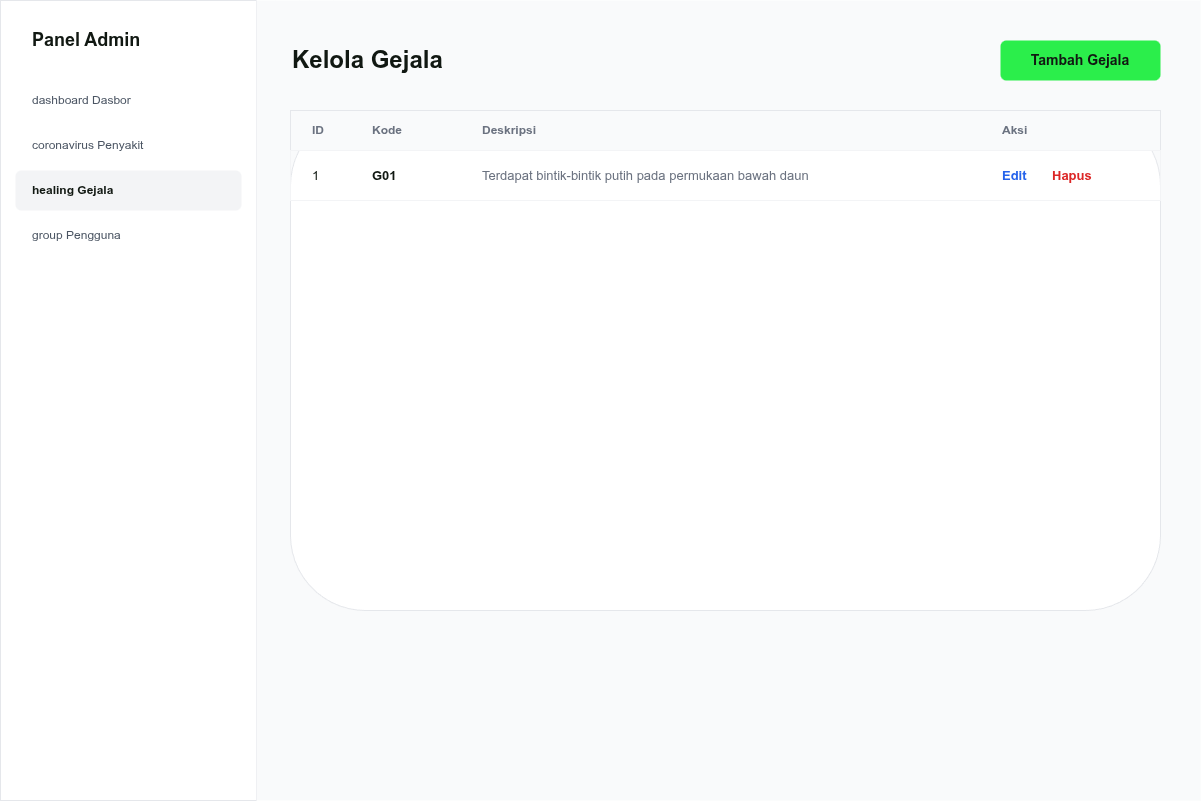
This is diagram/desain/admin-lihat-gejala.png from RajaSunrise/kangkungku, a draw.io export, as it was before one commit. Source tidied: cells renumbered, new cells last; positions are measured from the earlier drawing's top-left corner, leaving out a move shared by most shapes. Its diagram source:
```xml
<mxGraphModel>
  <root>
    <mxCell id="0" />
    <mxCell id="1" parent="0" />
    <mxCell id="2" style="rounded=0;whiteSpace=wrap;html=1;fillColor=#FFFFFF;strokeColor=#E5E7EB;" parent="1" vertex="1">
      <mxGeometry width="256" height="800" as="geometry" />
    </mxCell>
    <mxCell id="3" value="Panel Admin" style="text;html=1;strokeColor=none;fillColor=none;align=left;verticalAlign=middle;whiteSpace=wrap;rounded=0;fontColor=#111812;fontSize=18;fontStyle=1;" parent="1" vertex="1">
      <mxGeometry x="30" y="20" width="200" height="40" as="geometry" />
    </mxCell>
    <mxCell id="4" value="dashboard  Dasbor" style="rounded=1;whiteSpace=wrap;html=1;fillColor=none;strokeColor=none;fontColor=#4B5563;align=left;spacingLeft=15;" parent="1" vertex="1">
      <mxGeometry x="15" y="80" width="226" height="40" as="geometry" />
    </mxCell>
    <mxCell id="5" value="coronavirus  Penyakit" style="rounded=1;whiteSpace=wrap;html=1;fillColor=none;strokeColor=none;fontColor=#4B5563;align=left;spacingLeft=15;" parent="1" vertex="1">
      <mxGeometry x="15" y="125" width="226" height="40" as="geometry" />
    </mxCell>
    <mxCell id="6" value="healing  Gejala" style="rounded=1;whiteSpace=wrap;html=1;fillColor=#F3F4F6;strokeColor=none;fontColor=#111812;align=left;spacingLeft=15;fontStyle=1;" parent="1" vertex="1">
      <mxGeometry x="15" y="170" width="226" height="40" as="geometry" />
    </mxCell>
    <mxCell id="7" value="group  Pengguna" style="rounded=1;whiteSpace=wrap;html=1;fillColor=none;strokeColor=none;fontColor=#4B5563;align=left;spacingLeft=15;" parent="1" vertex="1">
      <mxGeometry x="15" y="215" width="226" height="40" as="geometry" />
    </mxCell>
    <mxCell id="8" style="rounded=0;whiteSpace=wrap;html=1;fillColor=#F9FAFB;strokeColor=none;" parent="1" vertex="1">
      <mxGeometry x="256" width="944" height="800" as="geometry" />
    </mxCell>
    <mxCell id="9" value="Kelola Gejala" style="text;html=1;strokeColor=none;fillColor=none;align=left;verticalAlign=middle;whiteSpace=wrap;rounded=0;fontColor=#111812;fontSize=24;fontStyle=1;" parent="1" vertex="1">
      <mxGeometry x="290" y="40" width="300" height="40" as="geometry" />
    </mxCell>
    <mxCell id="10" value="Tambah Gejala" style="rounded=1;whiteSpace=wrap;html=1;fillColor=#2BEE4B;strokeColor=none;fontColor=#111812;fontStyle=1;fontSize=14;" parent="1" vertex="1">
      <mxGeometry x="1000" y="40" width="160" height="40" as="geometry" />
    </mxCell>
    <mxCell id="11" style="rounded=1;whiteSpace=wrap;html=1;fillColor=#FFFFFF;strokeColor=#E5E7EB;shadow=0;" parent="1" vertex="1">
      <mxGeometry x="290" y="110" width="870" height="500" as="geometry" />
    </mxCell>
    <mxCell id="12" style="rounded=0;whiteSpace=wrap;html=1;fillColor=#F9FAFB;strokeColor=#E5E7EB;" parent="1" vertex="1">
      <mxGeometry x="290" y="110" width="870" height="40" as="geometry" />
    </mxCell>
    <mxCell id="13" value="ID" style="text;html=1;strokeColor=none;fillColor=none;align=left;verticalAlign=middle;whiteSpace=wrap;rounded=0;fontColor=#6B7280;fontSize=12;fontStyle=1;" parent="1" vertex="1">
      <mxGeometry x="310" y="115" width="50" height="30" as="geometry" />
    </mxCell>
    <mxCell id="14" value="Kode" style="text;html=1;strokeColor=none;fillColor=none;align=left;verticalAlign=middle;whiteSpace=wrap;rounded=0;fontColor=#6B7280;fontSize=12;fontStyle=1;" parent="1" vertex="1">
      <mxGeometry x="370" y="115" width="100" height="30" as="geometry" />
    </mxCell>
    <mxCell id="15" value="Deskripsi" style="text;html=1;strokeColor=none;fillColor=none;align=left;verticalAlign=middle;whiteSpace=wrap;rounded=0;fontColor=#6B7280;fontSize=12;fontStyle=1;" parent="1" vertex="1">
      <mxGeometry x="480" y="115" width="500" height="30" as="geometry" />
    </mxCell>
    <mxCell id="16" value="Aksi" style="text;html=1;strokeColor=none;fillColor=none;align=left;verticalAlign=middle;whiteSpace=wrap;rounded=0;fontColor=#6B7280;fontSize=12;fontStyle=1;" parent="1" vertex="1">
      <mxGeometry x="1000" y="115" width="100" height="30" as="geometry" />
    </mxCell>
    <mxCell id="17" style="rounded=0;whiteSpace=wrap;html=1;fillColor=none;strokeColor=#F3F4F6;" parent="1" vertex="1">
      <mxGeometry x="290" y="150" width="870" height="50" as="geometry" />
    </mxCell>
    <mxCell id="18" value="1" style="text;html=1;strokeColor=none;fillColor=none;align=left;verticalAlign=middle;whiteSpace=wrap;rounded=0;fontColor=#111812;fontSize=13;" parent="1" vertex="1">
      <mxGeometry x="310" y="160" width="50" height="30" as="geometry" />
    </mxCell>
    <mxCell id="19" value="G01" style="text;html=1;strokeColor=none;fillColor=none;align=left;verticalAlign=middle;whiteSpace=wrap;rounded=0;fontColor=#111812;fontSize=13;fontStyle=1;" parent="1" vertex="1">
      <mxGeometry x="370" y="160" width="100" height="30" as="geometry" />
    </mxCell>
    <mxCell id="20" value="Terdapat bintik-bintik putih pada permukaan bawah daun" style="text;html=1;strokeColor=none;fillColor=none;align=left;verticalAlign=middle;whiteSpace=wrap;rounded=0;fontColor=#6B7280;fontSize=13;" parent="1" vertex="1">
      <mxGeometry x="480" y="160" width="500" height="30" as="geometry" />
    </mxCell>
    <mxCell id="21" value="Edit" style="text;html=1;strokeColor=none;fillColor=none;align=left;verticalAlign=middle;whiteSpace=wrap;rounded=0;fontColor=#2563EB;fontSize=13;fontStyle=1;" parent="1" vertex="1">
      <mxGeometry x="1000" y="160" width="40" height="30" as="geometry" />
    </mxCell>
    <mxCell id="22" value="Hapus" style="text;html=1;strokeColor=none;fillColor=none;align=left;verticalAlign=middle;whiteSpace=wrap;rounded=0;fontColor=#DC2626;fontSize=13;fontStyle=1;" parent="1" vertex="1">
      <mxGeometry x="1050" y="160" width="50" height="30" as="geometry" />
    </mxCell>
  </root>
</mxGraphModel>
```
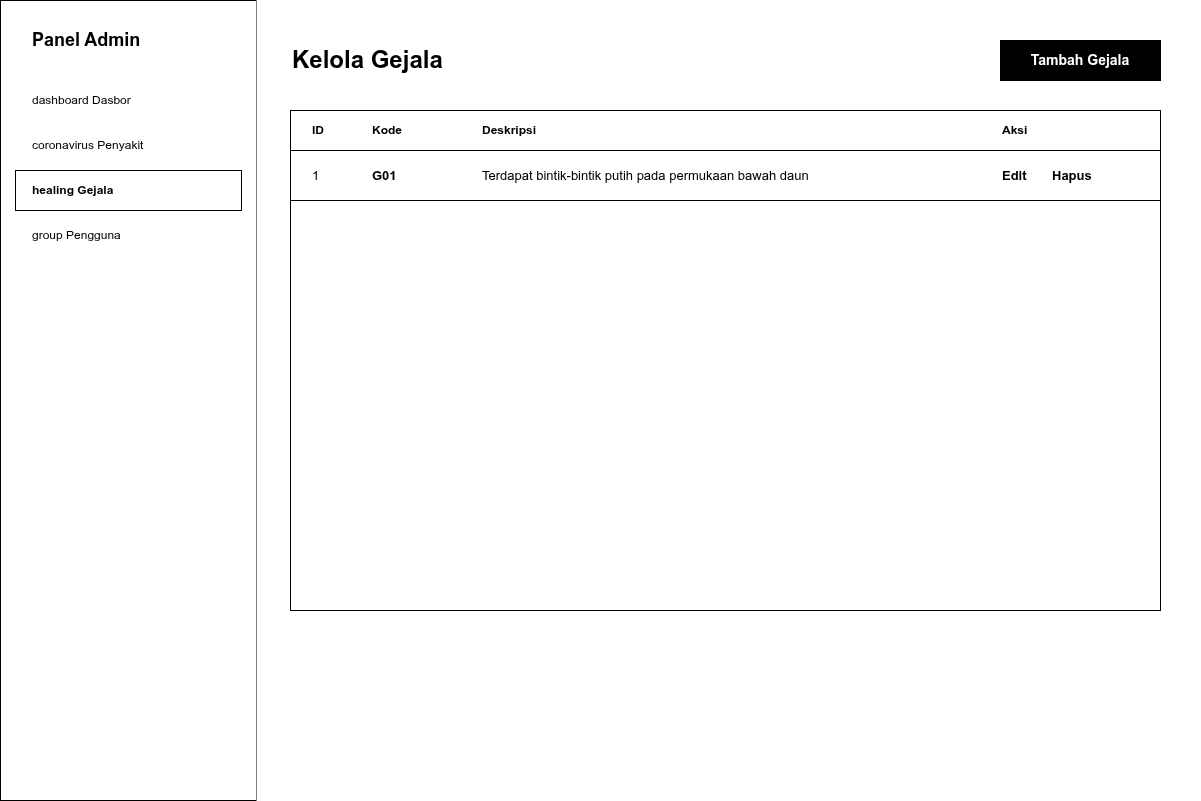
The same diagram one commit later.

Change to the diagram source:
```diff
@@ -2,67 +2,67 @@
   <root>
     <mxCell id="0" />
     <mxCell id="1" parent="0" />
-    <mxCell id="2" style="rounded=0;whiteSpace=wrap;html=1;fillColor=#FFFFFF;strokeColor=#E5E7EB;" parent="1" vertex="1">
+    <mxCell id="2" style="rounded=0;whiteSpace=wrap;html=1;fillColor=#FFFFFF;strokeColor=#000000;" parent="1" vertex="1">
       <mxGeometry width="256" height="800" as="geometry" />
     </mxCell>
-    <mxCell id="3" value="Panel Admin" style="text;html=1;strokeColor=none;fillColor=none;align=left;verticalAlign=middle;whiteSpace=wrap;rounded=0;fontColor=#111812;fontSize=18;fontStyle=1;" parent="1" vertex="1">
+    <mxCell id="3" value="Panel Admin" style="text;html=1;strokeColor=none;fillColor=none;align=left;verticalAlign=middle;whiteSpace=wrap;rounded=0;fontColor=#000000;fontSize=18;fontStyle=1;" parent="1" vertex="1">
       <mxGeometry x="30" y="20" width="200" height="40" as="geometry" />
     </mxCell>
-    <mxCell id="4" value="dashboard  Dasbor" style="rounded=1;whiteSpace=wrap;html=1;fillColor=none;strokeColor=none;fontColor=#4B5563;align=left;spacingLeft=15;" parent="1" vertex="1">
+    <mxCell id="4" value="dashboard  Dasbor" style="rounded=0;whiteSpace=wrap;html=1;fillColor=none;strokeColor=none;fontColor=#000000;align=left;spacingLeft=15;" parent="1" vertex="1">
       <mxGeometry x="15" y="80" width="226" height="40" as="geometry" />
     </mxCell>
-    <mxCell id="5" value="coronavirus  Penyakit" style="rounded=1;whiteSpace=wrap;html=1;fillColor=none;strokeColor=none;fontColor=#4B5563;align=left;spacingLeft=15;" parent="1" vertex="1">
+    <mxCell id="5" value="coronavirus  Penyakit" style="rounded=0;whiteSpace=wrap;html=1;fillColor=none;strokeColor=none;fontColor=#000000;align=left;spacingLeft=15;" parent="1" vertex="1">
       <mxGeometry x="15" y="125" width="226" height="40" as="geometry" />
     </mxCell>
-    <mxCell id="6" value="healing  Gejala" style="rounded=1;whiteSpace=wrap;html=1;fillColor=#F3F4F6;strokeColor=none;fontColor=#111812;align=left;spacingLeft=15;fontStyle=1;" parent="1" vertex="1">
+    <mxCell id="6" value="healing  Gejala" style="rounded=0;whiteSpace=wrap;html=1;fillColor=#FFFFFF;strokeColor=#000000;fontColor=#000000;align=left;spacingLeft=15;fontStyle=1;" parent="1" vertex="1">
       <mxGeometry x="15" y="170" width="226" height="40" as="geometry" />
     </mxCell>
-    <mxCell id="7" value="group  Pengguna" style="rounded=1;whiteSpace=wrap;html=1;fillColor=none;strokeColor=none;fontColor=#4B5563;align=left;spacingLeft=15;" parent="1" vertex="1">
+    <mxCell id="7" value="group  Pengguna" style="rounded=0;whiteSpace=wrap;html=1;fillColor=none;strokeColor=none;fontColor=#000000;align=left;spacingLeft=15;" parent="1" vertex="1">
       <mxGeometry x="15" y="215" width="226" height="40" as="geometry" />
     </mxCell>
-    <mxCell id="8" style="rounded=0;whiteSpace=wrap;html=1;fillColor=#F9FAFB;strokeColor=none;" parent="1" vertex="1">
+    <mxCell id="8" style="rounded=0;whiteSpace=wrap;html=1;fillColor=#FFFFFF;strokeColor=none;" parent="1" vertex="1">
       <mxGeometry x="256" width="944" height="800" as="geometry" />
     </mxCell>
-    <mxCell id="9" value="Kelola Gejala" style="text;html=1;strokeColor=none;fillColor=none;align=left;verticalAlign=middle;whiteSpace=wrap;rounded=0;fontColor=#111812;fontSize=24;fontStyle=1;" parent="1" vertex="1">
+    <mxCell id="9" value="Kelola Gejala" style="text;html=1;strokeColor=none;fillColor=none;align=left;verticalAlign=middle;whiteSpace=wrap;rounded=0;fontColor=#000000;fontSize=24;fontStyle=1;" parent="1" vertex="1">
       <mxGeometry x="290" y="40" width="300" height="40" as="geometry" />
     </mxCell>
-    <mxCell id="10" value="Tambah Gejala" style="rounded=1;whiteSpace=wrap;html=1;fillColor=#2BEE4B;strokeColor=none;fontColor=#111812;fontStyle=1;fontSize=14;" parent="1" vertex="1">
+    <mxCell id="10" value="Tambah Gejala" style="rounded=0;whiteSpace=wrap;html=1;fillColor=#000000;strokeColor=#000000;fontColor=#FFFFFF;fontStyle=1;fontSize=14;" parent="1" vertex="1">
       <mxGeometry x="1000" y="40" width="160" height="40" as="geometry" />
     </mxCell>
-    <mxCell id="11" style="rounded=1;whiteSpace=wrap;html=1;fillColor=#FFFFFF;strokeColor=#E5E7EB;shadow=0;" parent="1" vertex="1">
+    <mxCell id="11" style="rounded=0;whiteSpace=wrap;html=1;fillColor=#FFFFFF;strokeColor=#000000;" parent="1" vertex="1">
       <mxGeometry x="290" y="110" width="870" height="500" as="geometry" />
     </mxCell>
-    <mxCell id="12" style="rounded=0;whiteSpace=wrap;html=1;fillColor=#F9FAFB;strokeColor=#E5E7EB;" parent="1" vertex="1">
+    <mxCell id="12" style="rounded=0;whiteSpace=wrap;html=1;fillColor=#FFFFFF;strokeColor=#000000;" parent="1" vertex="1">
       <mxGeometry x="290" y="110" width="870" height="40" as="geometry" />
     </mxCell>
-    <mxCell id="13" value="ID" style="text;html=1;strokeColor=none;fillColor=none;align=left;verticalAlign=middle;whiteSpace=wrap;rounded=0;fontColor=#6B7280;fontSize=12;fontStyle=1;" parent="1" vertex="1">
+    <mxCell id="13" value="ID" style="text;html=1;strokeColor=none;fillColor=none;align=left;verticalAlign=middle;whiteSpace=wrap;rounded=0;fontColor=#000000;fontSize=12;fontStyle=1;" parent="1" vertex="1">
       <mxGeometry x="310" y="115" width="50" height="30" as="geometry" />
     </mxCell>
-    <mxCell id="14" value="Kode" style="text;html=1;strokeColor=none;fillColor=none;align=left;verticalAlign=middle;whiteSpace=wrap;rounded=0;fontColor=#6B7280;fontSize=12;fontStyle=1;" parent="1" vertex="1">
+    <mxCell id="14" value="Kode" style="text;html=1;strokeColor=none;fillColor=none;align=left;verticalAlign=middle;whiteSpace=wrap;rounded=0;fontColor=#000000;fontSize=12;fontStyle=1;" parent="1" vertex="1">
       <mxGeometry x="370" y="115" width="100" height="30" as="geometry" />
     </mxCell>
-    <mxCell id="15" value="Deskripsi" style="text;html=1;strokeColor=none;fillColor=none;align=left;verticalAlign=middle;whiteSpace=wrap;rounded=0;fontColor=#6B7280;fontSize=12;fontStyle=1;" parent="1" vertex="1">
+    <mxCell id="15" value="Deskripsi" style="text;html=1;strokeColor=none;fillColor=none;align=left;verticalAlign=middle;whiteSpace=wrap;rounded=0;fontColor=#000000;fontSize=12;fontStyle=1;" parent="1" vertex="1">
       <mxGeometry x="480" y="115" width="500" height="30" as="geometry" />
     </mxCell>
-    <mxCell id="16" value="Aksi" style="text;html=1;strokeColor=none;fillColor=none;align=left;verticalAlign=middle;whiteSpace=wrap;rounded=0;fontColor=#6B7280;fontSize=12;fontStyle=1;" parent="1" vertex="1">
+    <mxCell id="16" value="Aksi" style="text;html=1;strokeColor=none;fillColor=none;align=left;verticalAlign=middle;whiteSpace=wrap;rounded=0;fontColor=#000000;fontSize=12;fontStyle=1;" parent="1" vertex="1">
       <mxGeometry x="1000" y="115" width="100" height="30" as="geometry" />
     </mxCell>
-    <mxCell id="17" style="rounded=0;whiteSpace=wrap;html=1;fillColor=none;strokeColor=#F3F4F6;" parent="1" vertex="1">
+    <mxCell id="17" style="rounded=0;whiteSpace=wrap;html=1;fillColor=none;strokeColor=#000000;" parent="1" vertex="1">
       <mxGeometry x="290" y="150" width="870" height="50" as="geometry" />
     </mxCell>
-    <mxCell id="18" value="1" style="text;html=1;strokeColor=none;fillColor=none;align=left;verticalAlign=middle;whiteSpace=wrap;rounded=0;fontColor=#111812;fontSize=13;" parent="1" vertex="1">
+    <mxCell id="18" value="1" style="text;html=1;strokeColor=none;fillColor=none;align=left;verticalAlign=middle;whiteSpace=wrap;rounded=0;fontColor=#000000;fontSize=13;" parent="1" vertex="1">
       <mxGeometry x="310" y="160" width="50" height="30" as="geometry" />
     </mxCell>
-    <mxCell id="19" value="G01" style="text;html=1;strokeColor=none;fillColor=none;align=left;verticalAlign=middle;whiteSpace=wrap;rounded=0;fontColor=#111812;fontSize=13;fontStyle=1;" parent="1" vertex="1">
+    <mxCell id="19" value="G01" style="text;html=1;strokeColor=none;fillColor=none;align=left;verticalAlign=middle;whiteSpace=wrap;rounded=0;fontColor=#000000;fontSize=13;fontStyle=1;" parent="1" vertex="1">
       <mxGeometry x="370" y="160" width="100" height="30" as="geometry" />
     </mxCell>
-    <mxCell id="20" value="Terdapat bintik-bintik putih pada permukaan bawah daun" style="text;html=1;strokeColor=none;fillColor=none;align=left;verticalAlign=middle;whiteSpace=wrap;rounded=0;fontColor=#6B7280;fontSize=13;" parent="1" vertex="1">
+    <mxCell id="20" value="Terdapat bintik-bintik putih pada permukaan bawah daun" style="text;html=1;strokeColor=none;fillColor=none;align=left;verticalAlign=middle;whiteSpace=wrap;rounded=0;fontColor=#000000;fontSize=13;" parent="1" vertex="1">
       <mxGeometry x="480" y="160" width="500" height="30" as="geometry" />
     </mxCell>
-    <mxCell id="21" value="Edit" style="text;html=1;strokeColor=none;fillColor=none;align=left;verticalAlign=middle;whiteSpace=wrap;rounded=0;fontColor=#2563EB;fontSize=13;fontStyle=1;" parent="1" vertex="1">
+    <mxCell id="21" value="Edit" style="text;html=1;strokeColor=none;fillColor=none;align=left;verticalAlign=middle;whiteSpace=wrap;rounded=0;fontColor=#000000;fontSize=13;fontStyle=1;" parent="1" vertex="1">
       <mxGeometry x="1000" y="160" width="40" height="30" as="geometry" />
     </mxCell>
-    <mxCell id="22" value="Hapus" style="text;html=1;strokeColor=none;fillColor=none;align=left;verticalAlign=middle;whiteSpace=wrap;rounded=0;fontColor=#DC2626;fontSize=13;fontStyle=1;" parent="1" vertex="1">
+    <mxCell id="22" value="Hapus" style="text;html=1;strokeColor=none;fillColor=none;align=left;verticalAlign=middle;whiteSpace=wrap;rounded=0;fontColor=#000000;fontSize=13;fontStyle=1;" parent="1" vertex="1">
       <mxGeometry x="1050" y="160" width="50" height="30" as="geometry" />
     </mxCell>
   </root>
```
